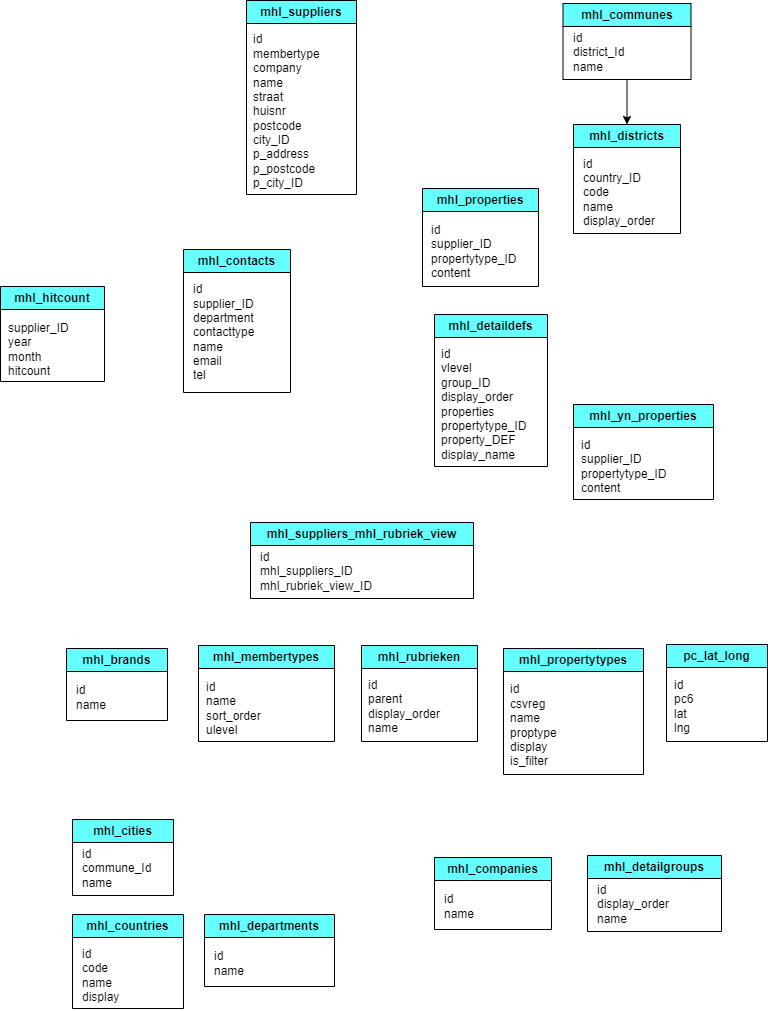
The draw.io diagram relational-data-storage/opdracht-2/DS-ERD-opdracht-2a-V1.drawio.png in Dabra720/educom-data-science, before a commit. Source tidied: cells renumbered, new cells last; positions are measured from the earlier drawing's top-left corner, leaving out a move shared by most shapes.
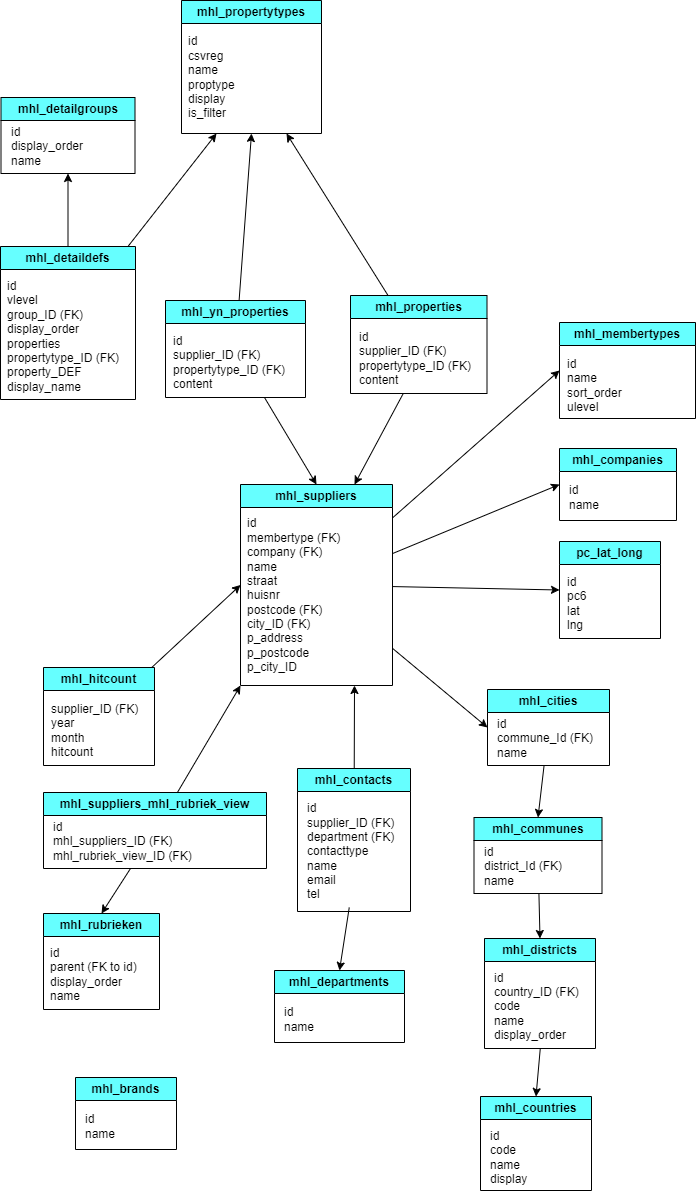
After the commit.

Diff of the diagram source:
```diff
@@ -3,121 +3,172 @@
     <mxCell id="0" />
     <mxCell id="1" parent="0" />
     <mxCell id="2" value="mhl_brands" style="swimlane;whiteSpace=wrap;html=1;strokeColor=#000000;fontColor=#000000;fillColor=#66FFFF;" parent="1" vertex="1">
-      <mxGeometry x="66" y="648" width="101" height="72" as="geometry" />
+      <mxGeometry x="81" y="593" width="101" height="72" as="geometry" />
     </mxCell>
     <mxCell id="3" value="id&lt;br&gt;name" style="text;html=1;align=left;verticalAlign=middle;strokeColor=none;fillColor=none;fontColor=#000000;" parent="2" vertex="1">
       <mxGeometry x="8" y="28" width="48" height="41" as="geometry" />
     </mxCell>
+    <mxCell id="41" style="edgeStyle=none;html=1;entryX=0.5;entryY=0;entryDx=0;entryDy=0;strokeColor=#000000;" parent="1" edge="1" source="4" target="7">
+      <mxGeometry relative="1" as="geometry" />
+    </mxCell>
     <mxCell id="4" value="mhl_cities" style="swimlane;whiteSpace=wrap;html=1;strokeColor=#000000;fontColor=#000000;fillColor=#66FFFF;" parent="1" vertex="1">
-      <mxGeometry x="72" y="819" width="101" height="76" as="geometry" />
+      <mxGeometry x="493" y="205" width="122" height="76" as="geometry" />
     </mxCell>
-    <mxCell id="5" value="id&lt;br&gt;commune_Id&lt;br&gt;name" style="text;html=1;align=left;verticalAlign=middle;strokeColor=none;fillColor=none;fontColor=#000000;" parent="4" vertex="1">
-      <mxGeometry x="8" y="21" width="87" height="55" as="geometry" />
+    <mxCell id="5" value="id&lt;br&gt;commune_Id&amp;nbsp;(FK)&lt;br&gt;name" style="text;html=1;align=left;verticalAlign=middle;strokeColor=none;fillColor=none;fontColor=#000000;" parent="4" vertex="1">
+      <mxGeometry x="8" y="21" width="114" height="55" as="geometry" />
     </mxCell>
     <mxCell id="6" style="edgeStyle=none;html=1;entryX=0.5;entryY=0;entryDx=0;entryDy=0;strokeColor=#000000;" parent="1" edge="1" source="7" target="21">
       <mxGeometry relative="1" as="geometry" />
     </mxCell>
     <mxCell id="7" value="mhl_communes" style="swimlane;whiteSpace=wrap;html=1;strokeColor=#000000;fontColor=#000000;fillColor=#66FFFF;" parent="1" vertex="1">
-      <mxGeometry x="562.5" y="3" width="128" height="76" as="geometry" />
+      <mxGeometry x="479.5" y="333" width="128" height="76" as="geometry" />
     </mxCell>
-    <mxCell id="8" value="id&lt;br&gt;district_Id&lt;br&gt;name" style="text;html=1;align=left;verticalAlign=middle;strokeColor=none;fillColor=none;fontColor=#000000;" parent="7" vertex="1">
-      <mxGeometry x="8" y="21" width="69" height="55" as="geometry" />
+    <mxCell id="8" value="id&lt;br&gt;district_Id&amp;nbsp;(FK)&lt;br&gt;name" style="text;html=1;align=left;verticalAlign=middle;strokeColor=none;fillColor=none;fontColor=#000000;" parent="7" vertex="1">
+      <mxGeometry x="8" y="21" width="96" height="55" as="geometry" />
     </mxCell>
     <mxCell id="9" value="mhl_companies" style="swimlane;whiteSpace=wrap;html=1;strokeColor=#000000;fontColor=#000000;fillColor=#66FFFF;" parent="1" vertex="1">
-      <mxGeometry x="434" y="857" width="117" height="72" as="geometry" />
+      <mxGeometry x="565" y="-36" width="117" height="72" as="geometry" />
     </mxCell>
     <mxCell id="10" value="id&lt;br&gt;name" style="text;html=1;align=left;verticalAlign=middle;strokeColor=none;fillColor=none;fontColor=#000000;" parent="9" vertex="1">
       <mxGeometry x="8" y="28" width="48" height="41" as="geometry" />
     </mxCell>
+    <mxCell id="42" style="edgeStyle=none;html=1;entryX=0.75;entryY=1;entryDx=0;entryDy=0;strokeColor=#000000;" parent="1" edge="1" source="11" target="33">
+      <mxGeometry relative="1" as="geometry" />
+    </mxCell>
     <mxCell id="11" value="mhl_contacts" style="swimlane;whiteSpace=wrap;html=1;strokeColor=#000000;fontColor=#000000;fillColor=#66FFFF;" parent="1" vertex="1">
-      <mxGeometry x="183" y="249" width="107" height="143" as="geometry" />
+      <mxGeometry x="303" y="284" width="113" height="143" as="geometry" />
     </mxCell>
-    <mxCell id="12" value="id&lt;br&gt;supplier_ID&lt;br&gt;department&lt;br&gt;contacttype&lt;br&gt;name&lt;br&gt;email&lt;br&gt;tel" style="text;html=1;align=left;verticalAlign=middle;points=[];strokeColor=none;fillColor=none;fontColor=#000000;" parent="11" vertex="1">
-      <mxGeometry x="8" y="26" width="79" height="113" as="geometry" />
+    <mxCell id="12" value="id&lt;br&gt;supplier_ID&amp;nbsp;(FK)&lt;br&gt;department&amp;nbsp;(FK)&lt;br&gt;contacttype&lt;br&gt;name&lt;br&gt;email&lt;br&gt;tel" style="text;html=1;align=left;verticalAlign=middle;points=[];strokeColor=none;fillColor=none;fontColor=#000000;" parent="11" vertex="1">
+      <mxGeometry x="8" y="26" width="105" height="113" as="geometry" />
     </mxCell>
     <mxCell id="13" value="mhl_countries" style="swimlane;whiteSpace=wrap;html=1;strokeColor=#000000;fontColor=#000000;fillColor=#66FFFF;" parent="1" vertex="1">
-      <mxGeometry x="72" y="914" width="111" height="94" as="geometry" />
+      <mxGeometry x="486" y="612" width="111" height="94" as="geometry" />
     </mxCell>
     <mxCell id="14" value="id&lt;br&gt;code&lt;br&gt;name&lt;br&gt;display" style="text;html=1;align=left;verticalAlign=middle;strokeColor=none;fillColor=none;fontColor=#000000;" parent="13" vertex="1">
       <mxGeometry x="8" y="26" width="55" height="70" as="geometry" />
     </mxCell>
     <mxCell id="15" value="mhl_departments" style="swimlane;whiteSpace=wrap;html=1;strokeColor=#000000;fontColor=#000000;fillColor=#66FFFF;" parent="1" vertex="1">
-      <mxGeometry x="204" y="914" width="130" height="72" as="geometry" />
+      <mxGeometry x="280" y="486" width="130" height="72" as="geometry" />
     </mxCell>
     <mxCell id="16" value="id&lt;br&gt;name" style="text;html=1;align=left;verticalAlign=middle;strokeColor=none;fillColor=none;fontColor=#000000;" parent="15" vertex="1">
       <mxGeometry x="8" y="28" width="48" height="41" as="geometry" />
     </mxCell>
+    <mxCell id="43" style="edgeStyle=none;html=1;strokeColor=#000000;entryX=0.25;entryY=1;entryDx=0;entryDy=0;" parent="1" edge="1" source="17" target="29">
+      <mxGeometry relative="1" as="geometry" />
+    </mxCell>
+    <mxCell id="44" style="edgeStyle=none;html=1;entryX=0.5;entryY=1;entryDx=0;entryDy=0;strokeColor=#000000;" parent="1" edge="1" source="17" target="19">
+      <mxGeometry relative="1" as="geometry" />
+    </mxCell>
     <mxCell id="17" value="mhl_detaildefs" style="swimlane;whiteSpace=wrap;html=1;strokeColor=#000000;fontColor=#000000;fillColor=#66FFFF;" parent="1" vertex="1">
-      <mxGeometry x="434" y="314" width="113" height="152" as="geometry" />
+      <mxGeometry x="6" y="-238" width="135" height="153" as="geometry" />
     </mxCell>
-    <mxCell id="18" value="id&lt;br&gt;vlevel&lt;br&gt;group_ID&lt;br&gt;display_order&lt;br&gt;properties&lt;br&gt;propertytype_ID&lt;br&gt;property_DEF&lt;br&gt;display_name" style="text;html=1;align=left;verticalAlign=middle;strokeColor=none;fillColor=none;fontColor=#000000;" parent="17" vertex="1">
-      <mxGeometry x="5" y="26" width="103" height="127" as="geometry" />
+    <mxCell id="18" value="id&lt;br&gt;vlevel&lt;br&gt;group_ID (FK)&lt;br&gt;display_order&lt;br&gt;properties&lt;br&gt;propertytype_ID&amp;nbsp;(FK)&lt;br&gt;property_DEF&lt;br&gt;display_name" style="text;html=1;align=left;verticalAlign=middle;strokeColor=none;fillColor=none;fontColor=#000000;" parent="17" vertex="1">
+      <mxGeometry x="5" y="26" width="130" height="127" as="geometry" />
     </mxCell>
     <mxCell id="19" value="mhl_detailgroups" style="swimlane;whiteSpace=wrap;html=1;strokeColor=#000000;fontColor=#000000;fillColor=#66FFFF;" parent="1" vertex="1">
-      <mxGeometry x="587" y="855" width="134" height="76" as="geometry" />
+      <mxGeometry x="6.5" y="-387" width="134" height="76" as="geometry" />
     </mxCell>
     <mxCell id="20" value="id&lt;br&gt;display_order&lt;br&gt;name" style="text;html=1;align=left;verticalAlign=middle;strokeColor=none;fillColor=none;fontColor=#000000;" parent="19" vertex="1">
       <mxGeometry x="8" y="21" width="90" height="55" as="geometry" />
     </mxCell>
     <mxCell id="21" value="mhl_districts" style="swimlane;whiteSpace=wrap;html=1;strokeColor=#000000;fontColor=#000000;fillColor=#66FFFF;" parent="1" vertex="1">
-      <mxGeometry x="573" y="124" width="107" height="109" as="geometry" />
+      <mxGeometry x="490" y="454" width="111" height="110" as="geometry" />
     </mxCell>
-    <mxCell id="22" value="id&lt;br&gt;country_ID&lt;br&gt;code&lt;br&gt;name&lt;br&gt;display_order" style="text;html=1;align=left;verticalAlign=middle;points=[];strokeColor=none;fillColor=none;fontColor=#000000;" parent="21" vertex="1">
-      <mxGeometry x="8" y="26" width="90" height="84" as="geometry" />
+    <mxCell id="22" value="id&lt;br&gt;country_ID&amp;nbsp;(FK)&lt;br&gt;code&lt;br&gt;name&lt;br&gt;display_order" style="text;html=1;align=left;verticalAlign=middle;points=[];strokeColor=none;fillColor=none;fontColor=#000000;" parent="21" vertex="1">
+      <mxGeometry x="8" y="26" width="103" height="84" as="geometry" />
     </mxCell>
+    <mxCell id="45" style="edgeStyle=none;html=1;entryX=0;entryY=0.5;entryDx=0;entryDy=0;strokeColor=#000000;" parent="1" edge="1" source="23" target="33">
+      <mxGeometry relative="1" as="geometry" />
+    </mxCell>
     <mxCell id="23" value="mhl_hitcount" style="swimlane;whiteSpace=wrap;html=1;strokeColor=#000000;fontColor=#000000;fillColor=#66FFFF;" parent="1" vertex="1">
-      <mxGeometry y="286" width="104" height="95" as="geometry" />
+      <mxGeometry x="49" y="183" width="111" height="98" as="geometry" />
     </mxCell>
-    <mxCell id="24" value="supplier_ID&lt;br&gt;year&lt;br&gt;month&lt;br&gt;hitcount" style="text;html=1;align=left;verticalAlign=middle;strokeColor=none;fillColor=none;fontColor=#000000;" parent="23" vertex="1">
-      <mxGeometry x="6" y="28" width="79" height="70" as="geometry" />
+    <mxCell id="24" value="supplier_ID&amp;nbsp;(FK)&lt;br&gt;year&lt;br&gt;month&lt;br&gt;hitcount" style="text;html=1;align=left;verticalAlign=middle;strokeColor=none;fillColor=none;fontColor=#000000;" parent="23" vertex="1">
+      <mxGeometry x="6" y="28" width="105" height="70" as="geometry" />
     </mxCell>
     <mxCell id="25" value="mhl_membertypes" style="swimlane;whiteSpace=wrap;html=1;strokeColor=#000000;fontColor=#000000;fillColor=#66FFFF;" parent="1" vertex="1">
-      <mxGeometry x="198" y="645" width="136" height="96" as="geometry" />
+      <mxGeometry x="565" y="-162" width="136" height="96" as="geometry" />
     </mxCell>
     <mxCell id="26" value="id&lt;br&gt;name&lt;br&gt;sort_order&lt;br&gt;ulevel" style="text;html=1;align=left;verticalAlign=middle;strokeColor=none;fillColor=none;fontColor=#000000;" parent="25" vertex="1">
       <mxGeometry x="6" y="28" width="73" height="70" as="geometry" />
     </mxCell>
+    <mxCell id="46" style="edgeStyle=none;html=1;entryX=0.75;entryY=1;entryDx=0;entryDy=0;strokeColor=#000000;" parent="1" edge="1" source="27" target="29">
+      <mxGeometry relative="1" as="geometry" />
+    </mxCell>
     <mxCell id="27" value="mhl_properties" style="swimlane;whiteSpace=wrap;html=1;strokeColor=#000000;fontColor=#000000;fillColor=#66FFFF;" parent="1" vertex="1">
-      <mxGeometry x="422" y="188" width="116" height="98" as="geometry" />
+      <mxGeometry x="356" y="-189" width="136.5" height="98" as="geometry" />
     </mxCell>
-    <mxCell id="28" value="id&lt;br&gt;supplier_ID&lt;br&gt;propertytype_ID&lt;br&gt;content" style="text;html=1;align=left;verticalAlign=middle;points=[];strokeColor=none;fillColor=none;fontColor=#000000;" parent="27" vertex="1">
-      <mxGeometry x="6.5" y="28" width="103" height="70" as="geometry" />
+    <mxCell id="28" value="id&lt;br&gt;supplier_ID&amp;nbsp;(FK)&lt;br&gt;propertytype_ID&amp;nbsp;(FK)&lt;br&gt;content" style="text;html=1;align=left;verticalAlign=middle;points=[];strokeColor=none;fillColor=none;fontColor=#000000;" parent="27" vertex="1">
+      <mxGeometry x="6.5" y="28" width="130" height="70" as="geometry" />
     </mxCell>
     <mxCell id="29" value="mhl_propertytypes" style="swimlane;whiteSpace=wrap;html=1;strokeColor=#000000;fontColor=#000000;fillColor=#66FFFF;" parent="1" vertex="1">
-      <mxGeometry x="503" y="648" width="140" height="126" as="geometry" />
+      <mxGeometry x="187" y="-484" width="140" height="133" as="geometry" />
     </mxCell>
     <mxCell id="30" value="id&lt;br&gt;csvreg&lt;br&gt;name&lt;br&gt;proptype&lt;br&gt;display&lt;br&gt;is_filter" style="text;html=1;align=left;verticalAlign=middle;strokeColor=none;fillColor=none;fontColor=#000000;" parent="29" vertex="1">
       <mxGeometry x="5" y="28" width="65" height="98" as="geometry" />
     </mxCell>
     <mxCell id="31" value="mhl_rubrieken" style="swimlane;whiteSpace=wrap;html=1;strokeColor=#000000;fontColor=#000000;fillColor=#66FFFF;" parent="1" vertex="1">
-      <mxGeometry x="361" y="645" width="116" height="96" as="geometry" />
+      <mxGeometry x="49" y="429" width="116" height="96" as="geometry" />
     </mxCell>
-    <mxCell id="32" value="id&lt;br&gt;parent&lt;br&gt;display_order&lt;br&gt;name" style="text;html=1;align=left;verticalAlign=middle;strokeColor=none;fillColor=none;fontColor=#000000;" parent="31" vertex="1">
-      <mxGeometry x="5" y="26" width="90" height="70" as="geometry" />
+    <mxCell id="32" value="id&lt;br&gt;parent&amp;nbsp;(FK to id)&lt;br&gt;display_order&lt;br&gt;name" style="text;html=1;align=left;verticalAlign=middle;strokeColor=none;fillColor=none;fontColor=#000000;" parent="31" vertex="1">
+      <mxGeometry x="5" y="26" width="105" height="70" as="geometry" />
     </mxCell>
+    <mxCell id="47" style="edgeStyle=none;html=1;entryX=0;entryY=0.5;entryDx=0;entryDy=0;strokeColor=#000000;" parent="1" edge="1" source="33" target="25">
+      <mxGeometry relative="1" as="geometry" />
+    </mxCell>
+    <mxCell id="48" style="edgeStyle=none;html=1;entryX=0;entryY=0.5;entryDx=0;entryDy=0;strokeColor=#000000;" parent="1" edge="1" source="33" target="9">
+      <mxGeometry relative="1" as="geometry" />
+    </mxCell>
+    <mxCell id="49" style="edgeStyle=none;html=1;entryX=0;entryY=0.5;entryDx=0;entryDy=0;strokeColor=#000000;" parent="1" edge="1" source="33" target="39">
+      <mxGeometry relative="1" as="geometry" />
+    </mxCell>
+    <mxCell id="50" style="edgeStyle=none;html=1;entryX=0;entryY=0.5;entryDx=0;entryDy=0;strokeColor=#000000;" parent="1" edge="1" source="33" target="4">
+      <mxGeometry relative="1" as="geometry" />
+    </mxCell>
     <mxCell id="33" value="mhl_suppliers" style="swimlane;whiteSpace=wrap;html=1;strokeColor=#000000;fontColor=#000000;fillColor=#66FFFF;" parent="1" vertex="1">
-      <mxGeometry x="246" width="110" height="194" as="geometry" />
+      <mxGeometry x="246" width="152" height="201" as="geometry" />
     </mxCell>
-    <mxCell id="34" value="id&lt;br&gt;membertype&lt;br&gt;company&lt;br&gt;name&lt;br&gt;straat&lt;br&gt;huisnr&lt;br&gt;postcode&lt;br&gt;city_ID&lt;br&gt;p_address&lt;br&gt;p_postcode&lt;br&gt;p_city_ID" style="text;html=1;align=left;verticalAlign=middle;strokeColor=none;fillColor=none;fontColor=#000000;" parent="33" vertex="1">
-      <mxGeometry x="5" y="26" width="85" height="170" as="geometry" />
+    <mxCell id="34" value="id&lt;br&gt;membertype&amp;nbsp;(FK)&lt;br&gt;company&amp;nbsp;(FK)&lt;br&gt;name&lt;br&gt;straat&lt;br&gt;huisnr&lt;br&gt;postcode&amp;nbsp;(FK)&lt;br&gt;city_ID&amp;nbsp;(FK)&lt;br&gt;p_address&lt;br&gt;p_postcode&lt;br&gt;p_city_ID" style="text;html=1;align=left;verticalAlign=middle;strokeColor=none;fillColor=none;fontColor=#000000;" parent="33" vertex="1">
+      <mxGeometry x="5" y="26" width="111" height="170" as="geometry" />
     </mxCell>
+    <mxCell id="51" style="edgeStyle=none;html=1;entryX=0;entryY=1;entryDx=0;entryDy=0;strokeColor=#000000;" parent="1" edge="1" source="35" target="33">
+      <mxGeometry relative="1" as="geometry" />
+    </mxCell>
+    <mxCell id="52" style="edgeStyle=none;html=1;entryX=0.5;entryY=0;entryDx=0;entryDy=0;strokeColor=#000000;" parent="1" edge="1" source="35" target="31">
+      <mxGeometry relative="1" as="geometry" />
+    </mxCell>
     <mxCell id="35" value="mhl_suppliers_mhl_rubriek_view" style="swimlane;whiteSpace=wrap;html=1;strokeColor=#000000;fontColor=#000000;fillColor=#66FFFF;" parent="1" vertex="1">
-      <mxGeometry x="250" y="522" width="223" height="76" as="geometry" />
+      <mxGeometry x="49" y="308" width="223" height="76" as="geometry" />
     </mxCell>
-    <mxCell id="36" value="id&lt;br&gt;mhl_suppliers_ID&lt;br&gt;mhl_rubriek_view_ID" style="text;html=1;align=left;verticalAlign=middle;strokeColor=none;fillColor=none;fontColor=#000000;" parent="35" vertex="1">
-      <mxGeometry x="8" y="21" width="130" height="55" as="geometry" />
+    <mxCell id="36" value="id&lt;br&gt;mhl_suppliers_ID&amp;nbsp;(FK)&lt;br&gt;mhl_rubriek_view_ID&amp;nbsp;(FK)" style="text;html=1;align=left;verticalAlign=middle;strokeColor=none;fillColor=none;fontColor=#000000;" parent="35" vertex="1">
+      <mxGeometry x="8" y="21" width="157" height="55" as="geometry" />
     </mxCell>
+    <mxCell id="53" style="edgeStyle=none;html=1;entryX=0.5;entryY=1;entryDx=0;entryDy=0;strokeColor=#000000;" parent="1" edge="1" source="37" target="29">
+      <mxGeometry relative="1" as="geometry" />
+    </mxCell>
+    <mxCell id="54" style="edgeStyle=none;html=1;entryX=0.5;entryY=0;entryDx=0;entryDy=0;strokeColor=#000000;" parent="1" edge="1" source="37" target="33">
+      <mxGeometry relative="1" as="geometry" />
+    </mxCell>
     <mxCell id="37" value="mhl_yn_properties" style="swimlane;whiteSpace=wrap;html=1;strokeColor=#000000;fontColor=#000000;fillColor=#66FFFF;" parent="1" vertex="1">
-      <mxGeometry x="573" y="404" width="140" height="95" as="geometry" />
+      <mxGeometry x="171" y="-184" width="140" height="97" as="geometry" />
     </mxCell>
-    <mxCell id="38" value="id&lt;br&gt;supplier_ID&lt;br&gt;propertytype_ID&lt;br&gt;content" style="text;html=1;align=left;verticalAlign=middle;strokeColor=none;fillColor=none;fontColor=#000000;" parent="37" vertex="1">
-      <mxGeometry x="6" y="27" width="103" height="70" as="geometry" />
+    <mxCell id="38" value="id&lt;br&gt;supplier_ID&amp;nbsp;(FK)&lt;br&gt;propertytype_ID&amp;nbsp;(FK)&lt;br&gt;content" style="text;html=1;align=left;verticalAlign=middle;strokeColor=none;fillColor=none;fontColor=#000000;" parent="37" vertex="1">
+      <mxGeometry x="6" y="27" width="130" height="70" as="geometry" />
     </mxCell>
     <mxCell id="39" value="pc_lat_long" style="swimlane;whiteSpace=wrap;html=1;strokeColor=#000000;fontColor=#000000;fillColor=#66FFFF;" parent="1" vertex="1">
-      <mxGeometry x="666" y="644" width="101" height="97" as="geometry" />
+      <mxGeometry x="565" y="57" width="101" height="97" as="geometry" />
     </mxCell>
     <mxCell id="40" value="id&lt;br&gt;pc6&lt;br&gt;lat&lt;br&gt;lng" style="text;html=1;align=left;verticalAlign=middle;strokeColor=none;fillColor=none;fontColor=#000000;" parent="39" vertex="1">
       <mxGeometry x="6" y="27" width="37" height="70" as="geometry" />
     </mxCell>
+    <mxCell id="55" style="edgeStyle=none;html=1;entryX=0.5;entryY=0;entryDx=0;entryDy=0;strokeColor=#000000;" parent="1" edge="1" source="22" target="13">
+      <mxGeometry relative="1" as="geometry" />
+    </mxCell>
+    <mxCell id="56" style="edgeStyle=none;html=1;entryX=0.75;entryY=0;entryDx=0;entryDy=0;strokeColor=#000000;" parent="1" edge="1" source="28" target="33">
+      <mxGeometry relative="1" as="geometry" />
+    </mxCell>
+    <mxCell id="57" style="edgeStyle=none;html=1;entryX=0.5;entryY=0;entryDx=0;entryDy=0;strokeColor=#000000;" parent="1" edge="1" source="12" target="15">
+      <mxGeometry relative="1" as="geometry" />
+    </mxCell>
   </root>
 </mxGraphModel>
```
